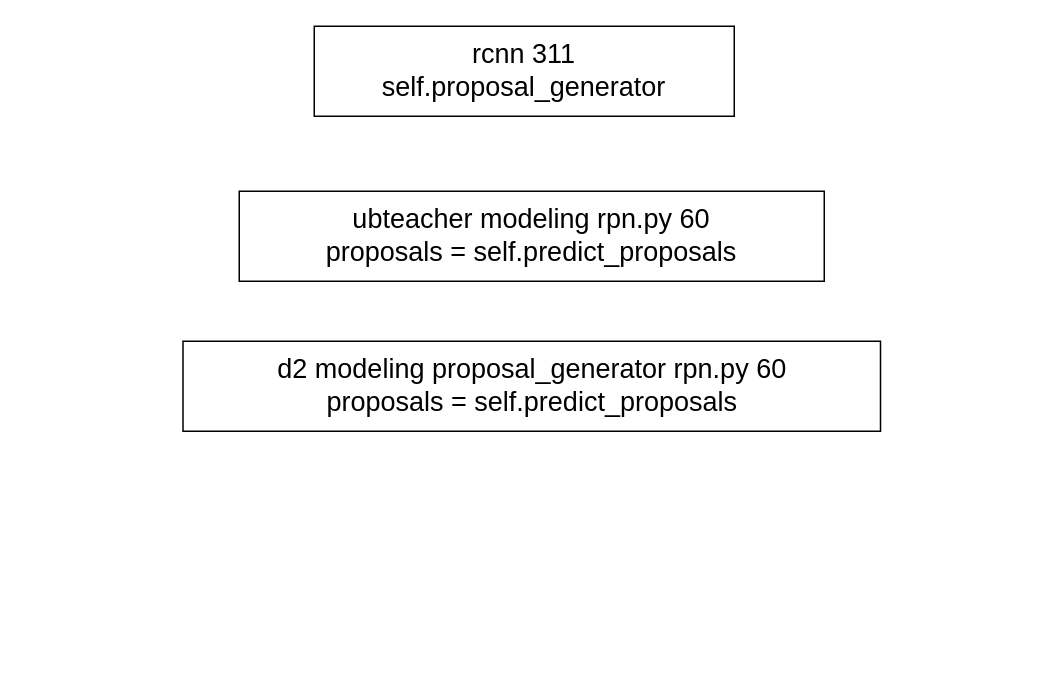
The draw.io diagram NMS的使用.drawio in Pandaxia8/Test, before the edit. Source tidied: cells renumbered, new cells numbered last; positions are measured from the earlier drawing's top-left corner, leaving out a move shared by most shapes. Both pictures are drawn from the tidied source at 150%, with x=0, y=0 at pixel (182, 26).
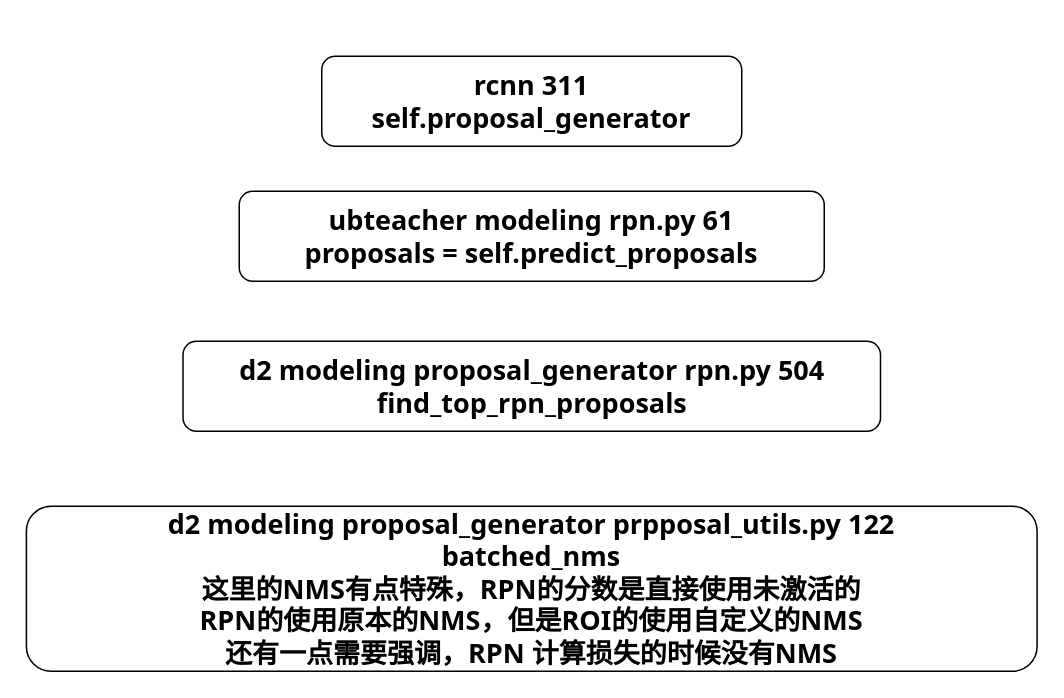
After the change.

Commit message (it also covers changes not shown here):
更新NMS的使用.drawio

What changed in the source:
```diff
@@
 <mxGraphModel>
   <root>
     <mxCell id="0" />
     <mxCell id="1" parent="0" />
-    <mxCell id="2" value="&lt;font style=&quot;font-size: 18px;&quot;&gt;rcnn 311&lt;br&gt;self.proposal_generator&lt;/font&gt;" style="rounded=0;whiteSpace=wrap;html=1;" parent="1" vertex="1">
-      <mxGeometry x="88" width="280" height="60" as="geometry" />
+    <mxCell id="2" value="&lt;font style=&quot;font-size: 18px;&quot;&gt;rcnn 311&lt;br&gt;self.proposal_generator&lt;/font&gt;" style="rounded=1;whiteSpace=wrap;html=1;fontFamily=Tahoma;fontStyle=1;" parent="1" vertex="1">
+      <mxGeometry x="93" y="20" width="280" height="60" as="geometry" />
     </mxCell>
-    <mxCell id="3" value="&lt;font style=&quot;font-size: 18px;&quot;&gt;ubteacher modeling rpn.py 60&lt;br&gt;proposals = self.predict_proposals&lt;/font&gt;" style="rounded=0;whiteSpace=wrap;html=1;" parent="1" vertex="1">
+    <mxCell id="3" value="&lt;font style=&quot;font-size: 18px;&quot;&gt;ubteacher modeling rpn.py 61&lt;br&gt;proposals = self.predict_proposals&lt;/font&gt;" style="rounded=1;whiteSpace=wrap;html=1;fontFamily=Tahoma;fontStyle=1;" parent="1" vertex="1">
       <mxGeometry x="38" y="110" width="390" height="60" as="geometry" />
     </mxCell>
-    <mxCell id="4" value="&lt;font style=&quot;font-size: 18px;&quot;&gt;d2 modeling proposal_generator rpn.py 60&lt;br&gt;proposals = self.predict_proposals&lt;/font&gt;" style="rounded=0;whiteSpace=wrap;html=1;" parent="1" vertex="1">
+    <mxCell id="4" value="&lt;font style=&quot;font-size: 18px;&quot;&gt;d2 modeling proposal_generator rpn.py 504&lt;br&gt;find_top_rpn_proposals&lt;/font&gt;" style="rounded=1;whiteSpace=wrap;html=1;fontFamily=Tahoma;fontStyle=1;" parent="1" vertex="1">
       <mxGeometry x="0.5" y="210" width="465" height="60" as="geometry" />
     </mxCell>
+    <mxCell id="5" value="&lt;font style=&quot;font-size: 18px;&quot;&gt;d2 modeling proposal_generator prpposal_utils.py 122&lt;br&gt;batched_nms&lt;br&gt;这里的NMS有点特殊，RPN的分数是直接使用未激活的&lt;br&gt;RPN的使用原本的NMS，但是ROI的使用自定义的NMS&lt;br&gt;还有一点需要强调，RPN 计算损失的时候没有NMS&lt;br&gt;&lt;/font&gt;" style="rounded=1;whiteSpace=wrap;html=1;fontFamily=Tahoma;fontStyle=1;" parent="1" vertex="1">
+      <mxGeometry x="-103.9" y="320" width="673.8" height="110" as="geometry" />
+    </mxCell>
   </root>
 </mxGraphModel>
```
